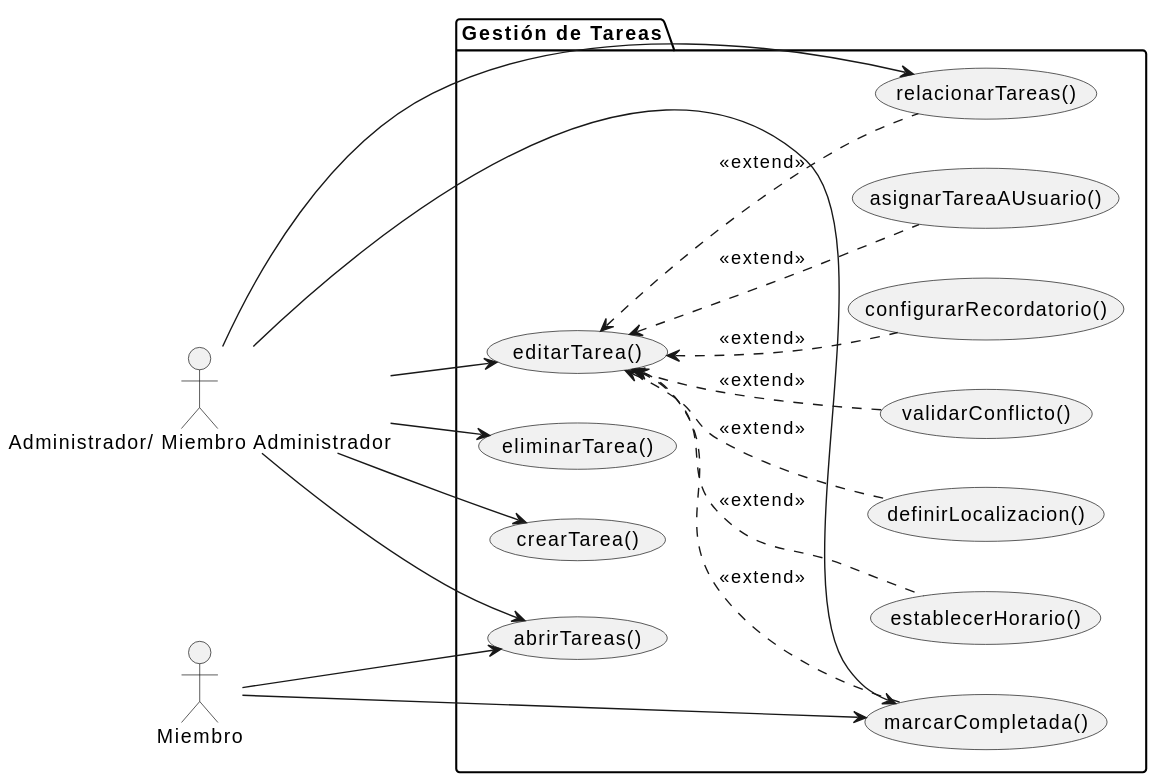
Earlier version of the PlantUML export documents/actoresYCasosDeUso/diagramas/diagramaGestionTareas/diagramaGestionTareas.svg (inigovaqueroo04/25-26-IdSw1-SdR).
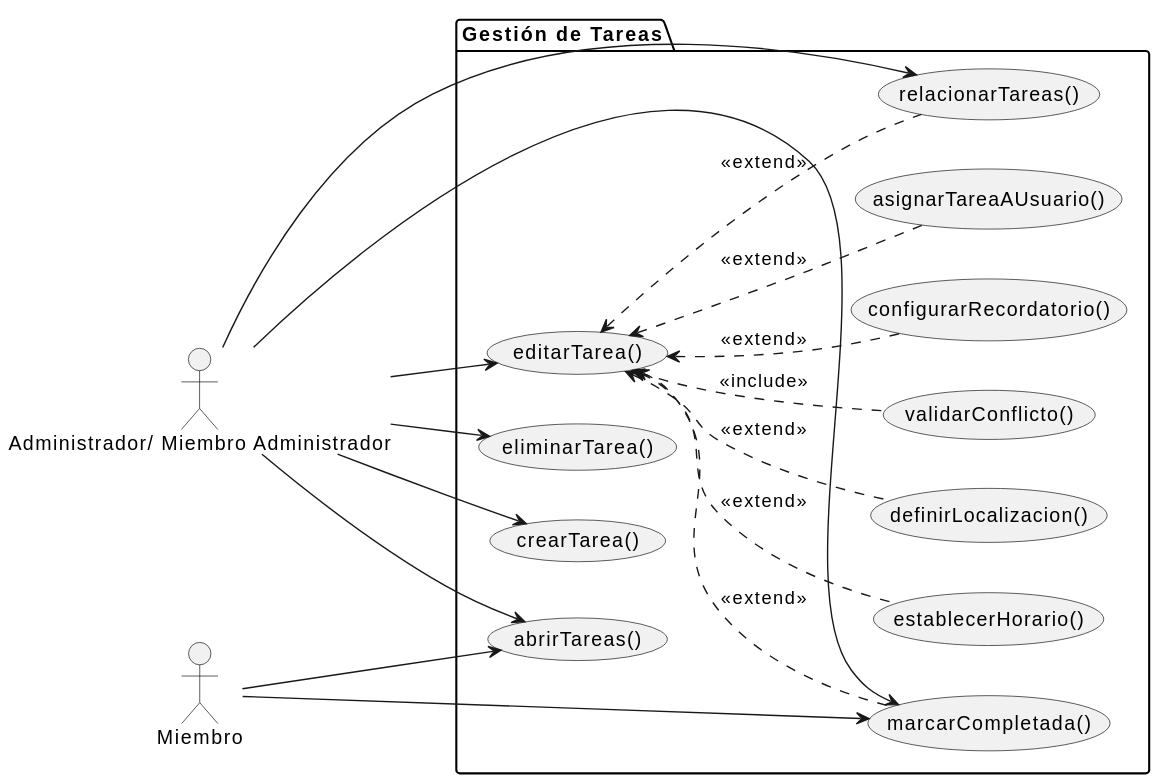
After the commit.

Commit message:
update gestion tareas

What changed in the source:
```diff
@@ -33,7 +33,7 @@
 UC2 <.. UC5 : <<extend>>
 UC2 <.. UC6 : <<extend>>
 UC2 <.. UC7 : <<extend>>
-UC2 <.. UC9 : <<extend>>
+UC2 <.. UC9 : <<include>>
 UC2 <.. UC10 : <<extend>>
 UC2 <.. UC11 : <<extend>>
 @enduml
```
